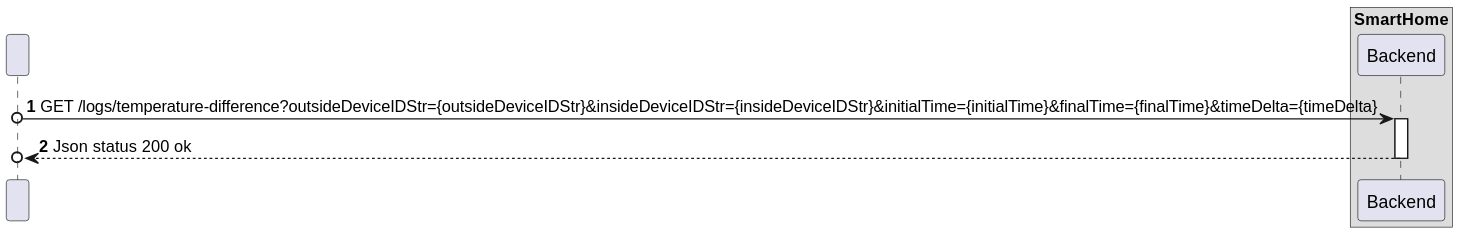
This is docs/ooa/C4_4plus1_models/Level2/ProcessView/ProcessViewLevel2_UC13_v1.svg from olivDiogo/SmartHome, a PlantUML export, as it was before one commit.
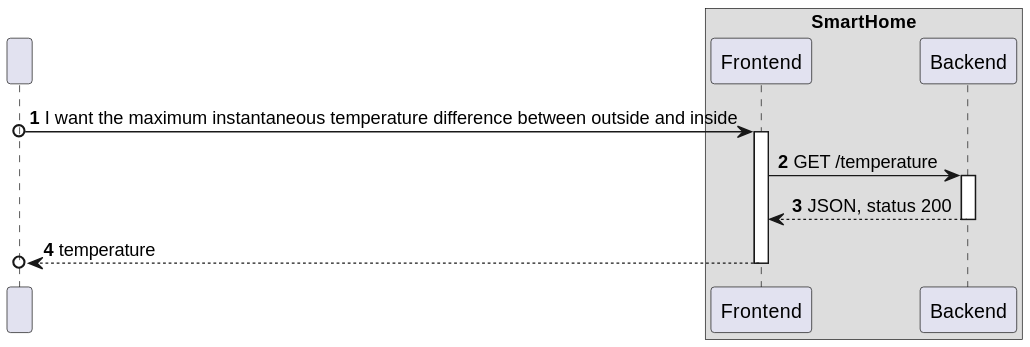
The same diagram one commit later.

Commit message:
docs: updates on process view level 2 and 3 diagrams

Change to the diagram source:
```diff
@@ -6,15 +6,21 @@
 participant " " as HTTP
 
 box "SmartHome"
+    participant "Frontend" as FE
     participant "Backend" as BE
 
 end box
 
 
-HTTP o-> BE : GET /logs/temperature-difference?outsideDeviceIDStr={outsideDeviceIDStr}&insideDeviceIDStr={insideDeviceIDStr}&initialTime={initialTime}&finalTime={finalTime}&timeDelta={timeDelta}
+HTTP o-> FE : I want the maximum instantaneous temperature difference between outside and inside
+activate FE
+
+FE -> BE : GET /temperature
 activate BE
 
+BE --> FE : JSON, status 200
+deactivate BE
 
-BE -->o HTTP : Json status 200 ok
-deactivate BE
+FE -->o HTTP : temperature
+deactivate FE
 @enduml
```
